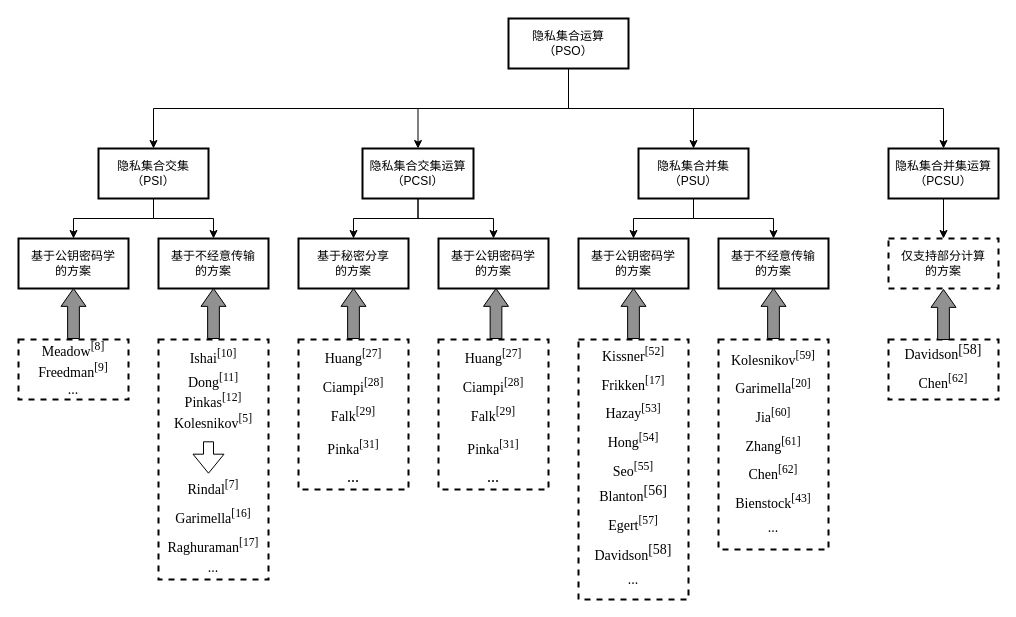
This is 隐私集合运算技术分类.drawio from BlackMouse27/Draw_io, a draw.io file, before an edit. Source tidied: cells renumbered, new cells numbered last; positions are measured from the earlier drawing's top-left corner, leaving out a move shared by most shapes. Both pictures are drawn from the tidied source at 100%, with x=0, y=0 at pixel (18, 18).
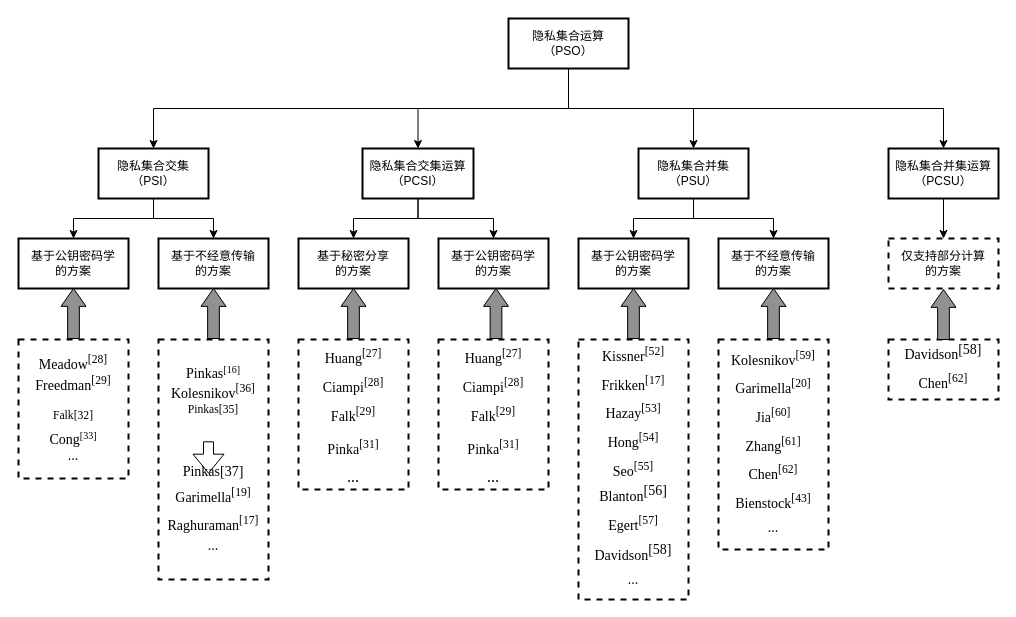
After the change.

Commit message (it also covers changes not shown here):
更新隐私集合运算技术分类.drawio

Diff of the diagram source:
```diff
@@
-    <mxCell id="21" value="&lt;div style=&quot;&quot;&gt;&lt;font face=&quot;Times New Roman&quot;&gt;&lt;span style=&quot;font-size: 14px;&quot;&gt;Meadow&lt;sup&gt;[8]&lt;/sup&gt;&lt;/span&gt;&lt;/font&gt;&lt;/div&gt;&lt;div style=&quot;&quot;&gt;&lt;font style=&quot;font-size: 14px;&quot; face=&quot;Times New Roman&quot;&gt;Freedman&lt;sup&gt;[9]&lt;/sup&gt;&lt;/font&gt;&lt;/div&gt;&lt;div style=&quot;&quot;&gt;&lt;font face=&quot;Times New Roman&quot;&gt;&lt;span style=&quot;font-size: 14px;&quot;&gt;...&lt;/span&gt;&lt;/font&gt;&lt;/div&gt;&lt;span style=&quot;font-family: -webkit-standard; font-size: medium; text-align: start;&quot;&gt;&lt;/span&gt;" style="rounded=0;whiteSpace=wrap;html=1;strokeWidth=2;align=center;dashed=1;" parent="1" vertex="1">
-      <mxGeometry y="321" width="110" height="60" as="geometry" />
+    <mxCell id="21" value="&lt;div style=&quot;&quot;&gt;&lt;font style=&quot;font-size: 14px;&quot; face=&quot;Times New Roman&quot;&gt;&lt;span style=&quot;font-size: 14px;&quot;&gt;Meadow&lt;sup&gt;[28]&lt;/sup&gt;&lt;/span&gt;&lt;/font&gt;&lt;/div&gt;&lt;div style=&quot;&quot;&gt;&lt;font style=&quot;font-size: 14px;&quot; face=&quot;Times New Roman&quot;&gt;Freedman&lt;sup&gt;[29]&lt;/sup&gt;&lt;/font&gt;&lt;/div&gt;&lt;div style=&quot;&quot;&gt;&lt;br&gt;&lt;/div&gt;&lt;div style=&quot;&quot;&gt;&lt;font style=&quot;font-size: 14px;&quot; face=&quot;Times New Roman&quot;&gt;&lt;sup&gt;Falk[32]&lt;/sup&gt;&lt;/font&gt;&lt;/div&gt;&lt;div style=&quot;&quot;&gt;&lt;span style=&quot;font-family: &amp;quot;Times New Roman&amp;quot;; font-size: 14px;&quot;&gt;Cong&lt;/span&gt;&lt;sup style=&quot;font-family: &amp;quot;Times New Roman&amp;quot;;&quot;&gt;[33]&lt;/sup&gt;&lt;/div&gt;&lt;div style=&quot;&quot;&gt;&lt;font face=&quot;Times New Roman&quot;&gt;&lt;span style=&quot;font-size: 14px;&quot;&gt;...&lt;/span&gt;&lt;/font&gt;&lt;/div&gt;&lt;span style=&quot;font-family: -webkit-standard; font-size: medium; text-align: start;&quot;&gt;&lt;/span&gt;" style="rounded=0;whiteSpace=wrap;html=1;strokeWidth=2;align=center;dashed=1;" parent="1" vertex="1">
+      <mxGeometry y="321" width="110" height="139" as="geometry" />
     </mxCell>
-    <mxCell id="22" value="&lt;div style=&quot;&quot;&gt;&lt;font face=&quot;Times New Roman&quot; style=&quot;font-size: 14px;&quot;&gt;&lt;span style=&quot;line-height: 24px;&quot; lang=&quot;EN-US&quot;&gt;Ishai&lt;sup&gt;[10]&lt;/sup&gt;&lt;/span&gt;&lt;/font&gt;&lt;/div&gt;&lt;div style=&quot;&quot;&gt;&lt;font face=&quot;Times New Roman&quot; style=&quot;font-size: 14px;&quot;&gt;Dong&lt;sup&gt;[11]&lt;/sup&gt;&lt;/font&gt;&lt;/div&gt;&lt;div style=&quot;&quot;&gt;&lt;font face=&quot;Times New Roman&quot; style=&quot;font-size: 14px;&quot;&gt;Pinkas&lt;sup&gt;[12]&lt;/sup&gt;&lt;/font&gt;&lt;/div&gt;&lt;font face=&quot;Times New Roman&quot; style=&quot;font-size: 14px;&quot;&gt;&lt;span style=&quot;text-align: start;&quot;&gt;&lt;/span&gt;&lt;/font&gt;&lt;div style=&quot;&quot;&gt;&lt;span style=&quot;text-align: start;&quot;&gt;&lt;font face=&quot;Times New Roman&quot; style=&quot;font-size: 14px;&quot;&gt;Kolesnikov&lt;sup&gt;[5]&lt;/sup&gt;&lt;/font&gt;&lt;/span&gt;&lt;/div&gt;&lt;div style=&quot;&quot;&gt;&lt;span style=&quot;text-align: start;&quot;&gt;&lt;font face=&quot;Times New Roman&quot; style=&quot;font-size: 14px;&quot;&gt;&lt;br&gt;&lt;/font&gt;&lt;/span&gt;&lt;/div&gt;&lt;div style=&quot;&quot;&gt;&lt;span style=&quot;text-align: start; line-height: 24px;&quot; lang=&quot;EN-US&quot;&gt;&lt;font face=&quot;Times New Roman&quot; style=&quot;font-size: 14px;&quot;&gt;&lt;br&gt;&lt;/font&gt;&lt;/span&gt;&lt;/div&gt;&lt;div style=&quot;&quot;&gt;&lt;font face=&quot;Times New Roman&quot; style=&quot;font-size: 14px;&quot;&gt;&lt;span style=&quot;text-align: start; line-height: 24px;&quot; lang=&quot;EN-US&quot;&gt;Rindal&lt;sup&gt;[7]&lt;/sup&gt;&lt;/span&gt;&lt;span style=&quot;text-align: start;&quot;&gt;&lt;br&gt;&lt;/span&gt;&lt;/font&gt;&lt;/div&gt;&lt;div style=&quot;&quot;&gt;&lt;span style=&quot;text-align: start; line-height: 24px;&quot; lang=&quot;EN-US&quot;&gt;&lt;font face=&quot;Times New Roman&quot; style=&quot;font-size: 14px;&quot;&gt;&lt;span style=&quot;line-height: 24px;&quot; lang=&quot;EN-US&quot;&gt;Garimella&lt;sup&gt;[16]&lt;/sup&gt;&lt;/span&gt;&lt;br&gt;&lt;/font&gt;&lt;/span&gt;&lt;/div&gt;&lt;div style=&quot;&quot;&gt;&lt;span style=&quot;text-align: start; line-height: 24px;&quot; lang=&quot;EN-US&quot;&gt;&lt;span style=&quot;line-height: 24px;&quot; lang=&quot;EN-US&quot;&gt;&lt;font face=&quot;Times New Roman&quot; style=&quot;font-size: 14px;&quot;&gt;&lt;span style=&quot;line-height: 24px;&quot; lang=&quot;EN-US&quot;&gt;Raghuraman&lt;sup&gt;[17]&lt;/sup&gt;&lt;/span&gt;&lt;br&gt;&lt;/font&gt;&lt;/span&gt;&lt;/span&gt;&lt;/div&gt;&lt;div style=&quot;&quot;&gt;&lt;font face=&quot;Times New Roman&quot; style=&quot;font-size: 14px;&quot;&gt;...&lt;/font&gt;&lt;br&gt;&lt;/div&gt;&lt;span style=&quot;font-family: -webkit-standard; font-size: medium; text-align: start;&quot;&gt;&lt;/span&gt;" style="rounded=0;whiteSpace=wrap;html=1;strokeWidth=2;align=center;dashed=1;" parent="1" vertex="1">
+    <mxCell id="22" value="&lt;div style=&quot;&quot;&gt;&lt;span style=&quot;font-size: 14px; font-family: &amp;quot;Times New Roman&amp;quot;;&quot;&gt;Pinkas&lt;/span&gt;&lt;sup style=&quot;font-family: &amp;quot;Times New Roman&amp;quot;;&quot;&gt;[16]&lt;/sup&gt;&lt;br&gt;&lt;/div&gt;&lt;font face=&quot;Times New Roman&quot; style=&quot;font-size: 14px;&quot;&gt;&lt;span style=&quot;text-align: start;&quot;&gt;&lt;/span&gt;&lt;/font&gt;&lt;div style=&quot;&quot;&gt;&lt;span style=&quot;text-align: start;&quot;&gt;&lt;font face=&quot;Times New Roman&quot; style=&quot;font-size: 14px;&quot;&gt;Kolesnikov&lt;sup&gt;[36]&lt;/sup&gt;&lt;/font&gt;&lt;/span&gt;&lt;/div&gt;&lt;div style=&quot;&quot;&gt;&lt;span style=&quot;text-align: start;&quot;&gt;&lt;font face=&quot;Times New Roman&quot; style=&quot;font-size: 14px;&quot;&gt;&lt;sup&gt;Pinkas[35]&lt;/sup&gt;&lt;/font&gt;&lt;/span&gt;&lt;/div&gt;&lt;div style=&quot;&quot;&gt;&lt;span style=&quot;text-align: start;&quot;&gt;&lt;font face=&quot;Times New Roman&quot; style=&quot;font-size: 14px;&quot;&gt;&lt;br&gt;&lt;/font&gt;&lt;/span&gt;&lt;/div&gt;&lt;div style=&quot;&quot;&gt;&lt;span style=&quot;text-align: start; line-height: 24px;&quot; lang=&quot;EN-US&quot;&gt;&lt;font face=&quot;Times New Roman&quot; style=&quot;font-size: 14px;&quot;&gt;&lt;br&gt;&lt;/font&gt;&lt;/span&gt;&lt;/div&gt;&lt;div style=&quot;&quot;&gt;&lt;font face=&quot;Times New Roman&quot; style=&quot;font-size: 14px;&quot;&gt;&lt;span style=&quot;text-align: start;&quot;&gt;Pinkas[37]&lt;/span&gt;&lt;/font&gt;&lt;/div&gt;&lt;div style=&quot;&quot;&gt;&lt;span style=&quot;text-align: start; line-height: 24px;&quot; lang=&quot;EN-US&quot;&gt;&lt;font face=&quot;Times New Roman&quot; style=&quot;font-size: 14px;&quot;&gt;&lt;span style=&quot;line-height: 24px;&quot; lang=&quot;EN-US&quot;&gt;Garimella&lt;sup&gt;[19]&lt;/sup&gt;&lt;/span&gt;&lt;br&gt;&lt;/font&gt;&lt;/span&gt;&lt;/div&gt;&lt;div style=&quot;&quot;&gt;&lt;span style=&quot;text-align: start; line-height: 24px;&quot; lang=&quot;EN-US&quot;&gt;&lt;span style=&quot;line-height: 24px;&quot; lang=&quot;EN-US&quot;&gt;&lt;font face=&quot;Times New Roman&quot; style=&quot;font-size: 14px;&quot;&gt;&lt;span style=&quot;line-height: 24px;&quot; lang=&quot;EN-US&quot;&gt;Raghuraman&lt;sup&gt;[17]&lt;/sup&gt;&lt;/span&gt;&lt;br&gt;&lt;/font&gt;&lt;/span&gt;&lt;/span&gt;&lt;/div&gt;&lt;div style=&quot;&quot;&gt;&lt;font face=&quot;Times New Roman&quot; style=&quot;font-size: 14px;&quot;&gt;...&lt;/font&gt;&lt;br&gt;&lt;/div&gt;&lt;span style=&quot;font-family: -webkit-standard; font-size: medium; text-align: start;&quot;&gt;&lt;/span&gt;" style="rounded=0;whiteSpace=wrap;html=1;strokeWidth=2;align=center;dashed=1;" parent="1" vertex="1">
       <mxGeometry x="140" y="321" width="110" height="240" as="geometry" />
     </mxCell>
```
